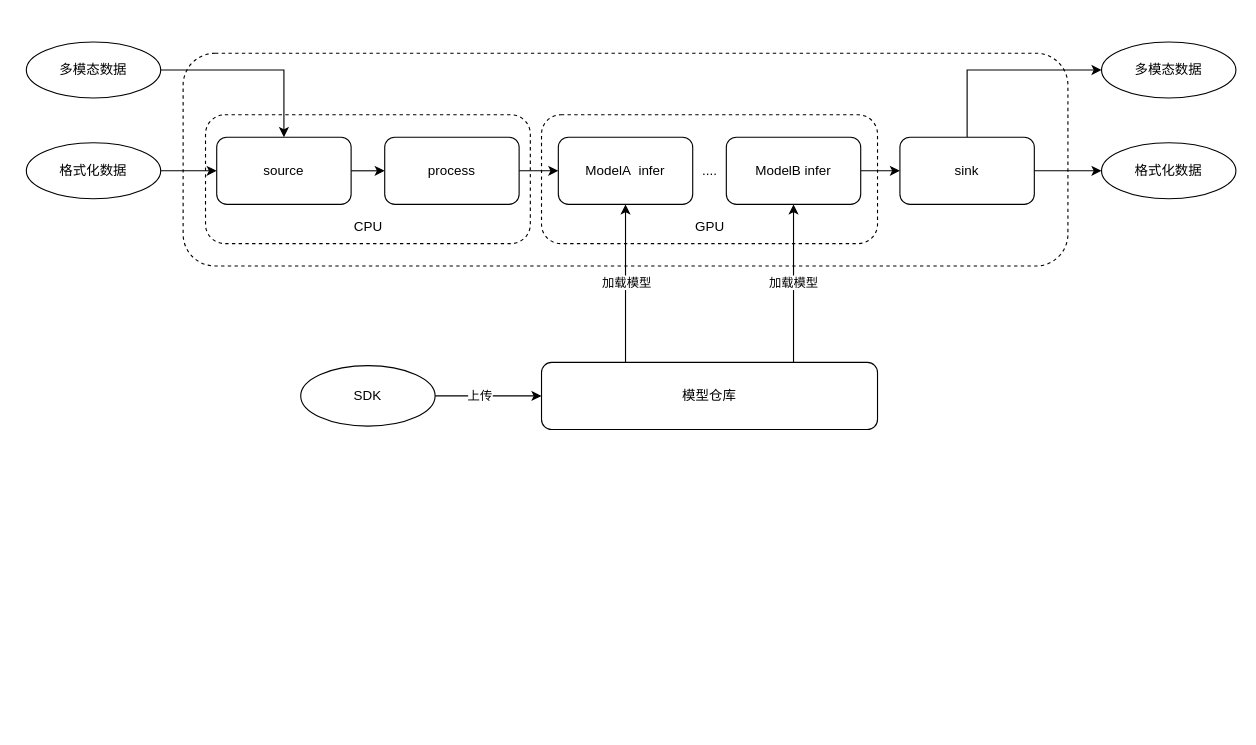
allendang001/charts keeps this draw.io diagram as 批量推理.drawio. Above is the earlier version. Source tidied: cells renumbered, new cells numbered last; positions are measured from the earlier drawing's top-left corner, leaving out a move shared by most shapes. Both pictures are drawn from the tidied source at 112%, with x=0, y=0 at pixel (26, 41).
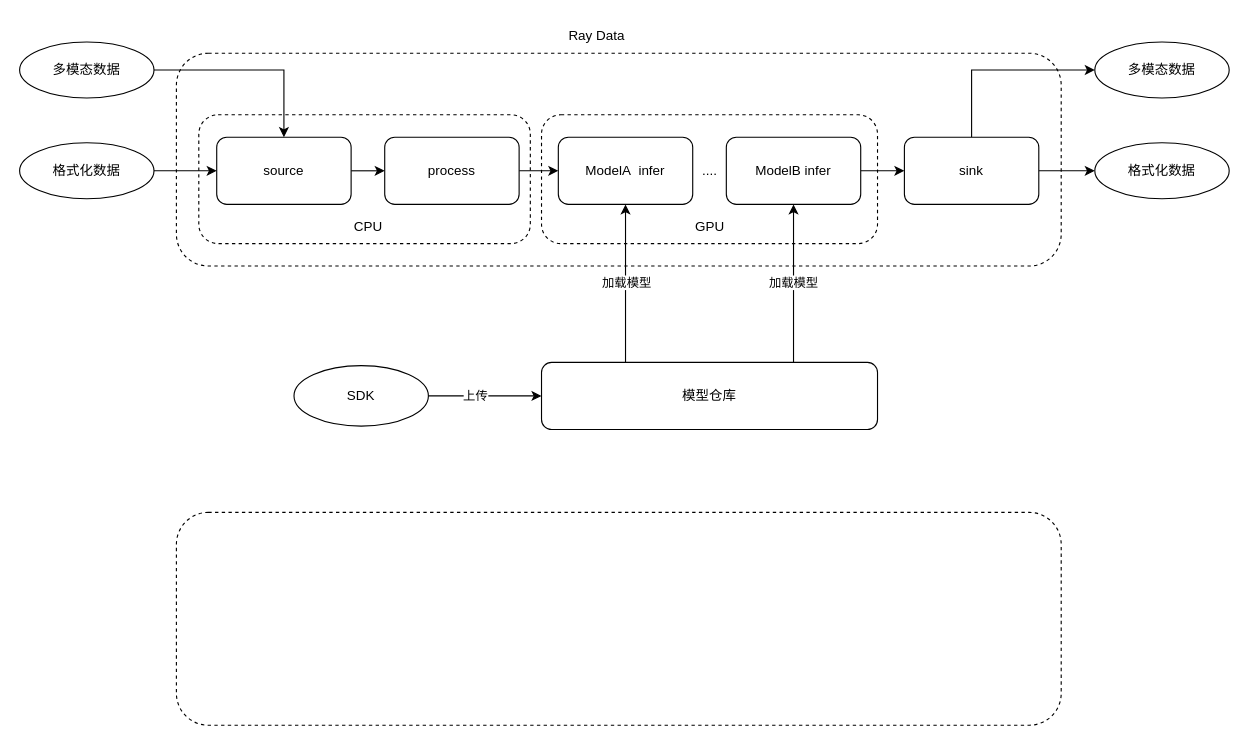
Above is the later version.

Commit message (it also covers changes not shown here):
更新批量推理.drawio

What changed in the source:
```diff
@@
+    <mxCell id="32" style="rounded=1;whiteSpace=wrap;html=1;dashed=1;" parent="1" vertex="1">
+      <mxGeometry x="134" y="420" width="790" height="190" as="geometry" />
+    </mxCell>
     <mxCell id="2" style="rounded=1;whiteSpace=wrap;html=1;dashed=1;" parent="1" vertex="1">
-      <mxGeometry x="140" y="10" width="790" height="190" as="geometry" />
+      <mxGeometry x="134" y="10" width="790" height="190" as="geometry" />
     </mxCell>
@@
     <mxCell id="7" value="格式化数据" style="ellipse;whiteSpace=wrap;html=1;" parent="1" vertex="1">
-      <mxGeometry y="90" width="120" height="50" as="geometry" />
+      <mxGeometry x="-6" y="90" width="120" height="50" as="geometry" />
     </mxCell>
@@
     <mxCell id="9" value="多模态数据" style="ellipse;whiteSpace=wrap;html=1;" parent="1" vertex="1">
-      <mxGeometry width="120" height="50" as="geometry" />
+      <mxGeometry x="-6" width="120" height="50" as="geometry" />
     </mxCell>
@@
     <mxCell id="14" value="sink" style="rounded=1;whiteSpace=wrap;html=1;" parent="1" vertex="1">
-      <mxGeometry x="780" y="85" width="120" height="60" as="geometry" />
+      <mxGeometry x="784" y="85" width="120" height="60" as="geometry" />
     </mxCell>
     <mxCell id="15" value="格式化数据" style="ellipse;whiteSpace=wrap;html=1;" parent="1" vertex="1">
-      <mxGeometry x="960" y="90" width="120" height="50" as="geometry" />
+      <mxGeometry x="954" y="90" width="120" height="50" as="geometry" />
     </mxCell>
     <mxCell id="16" value="多模态数据" style="ellipse;whiteSpace=wrap;html=1;" parent="1" vertex="1">
-      <mxGeometry x="960" width="120" height="50" as="geometry" />
+      <mxGeometry x="954" width="120" height="50" as="geometry" />
     </mxCell>
@@
+    <mxCell id="25" style="rounded=1;whiteSpace=wrap;html=1;fillColor=none;dashed=1;" parent="1" vertex="1">
+      <mxGeometry x="154" y="65" width="296" height="115" as="geometry" />
+    </mxCell>
@@
-    <mxCell id="25" style="rounded=1;whiteSpace=wrap;html=1;fillColor=none;dashed=1;" parent="1" vertex="1">
-      <mxGeometry x="160" y="65" width="290" height="115" as="geometry" />
-    </mxCell>
@@
     <mxCell id="31" value="SDK" style="ellipse;whiteSpace=wrap;html=1;" parent="1" vertex="1">
-      <mxGeometry x="245" y="289" width="120" height="54" as="geometry" />
+      <mxGeometry x="239" y="289" width="120" height="54" as="geometry" />
     </mxCell>
+    <mxCell id="33" value="Ray Data" style="text;html=1;align=center;verticalAlign=middle;strokeColor=none;fillColor=none;" parent="1" vertex="1">
+      <mxGeometry x="474" y="-20" width="70" height="30" as="geometry" />
+    </mxCell>
```
